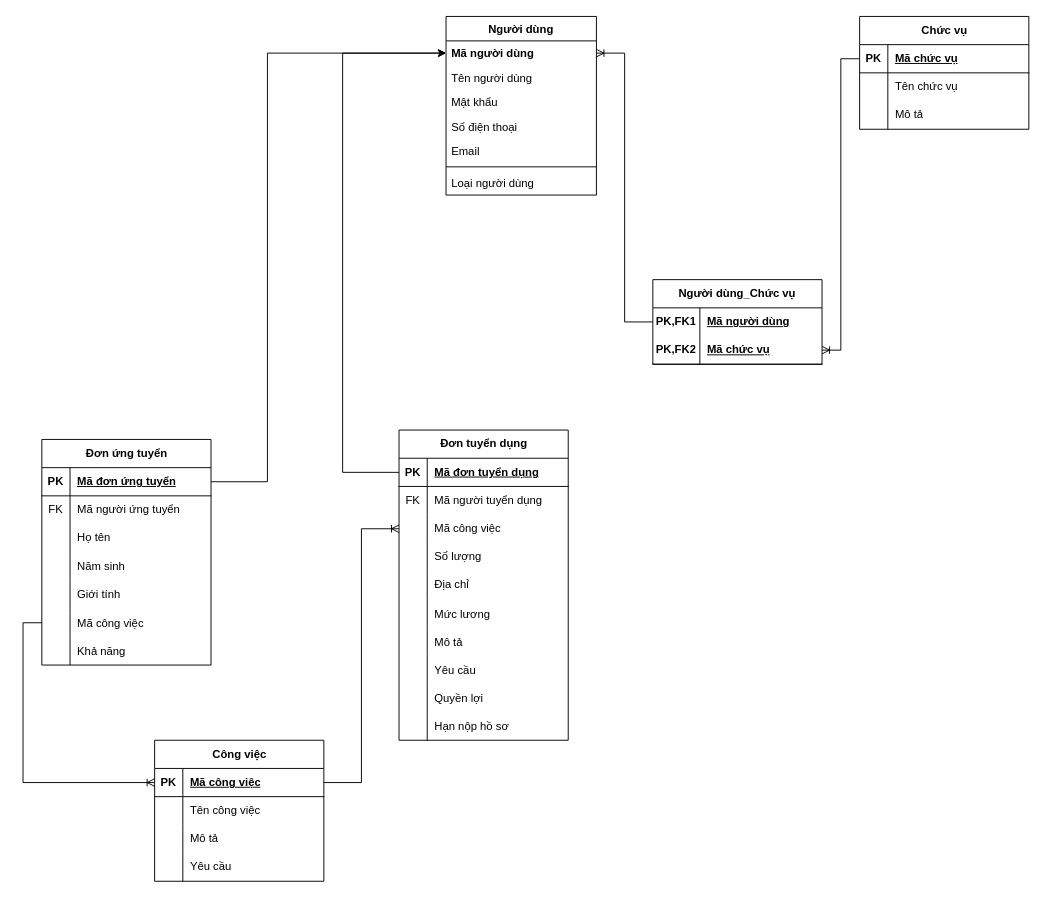
The draw.io diagram ThucThe.drawio in LeeTaDa/LeTatDat, before the edit. Source tidied: cells renumbered, new cells numbered last; positions are measured from the earlier drawing's top-left corner, leaving out a move shared by most shapes. Both pictures are drawn from the tidied source at 94%, with x=0, y=0 at pixel (23, 16).
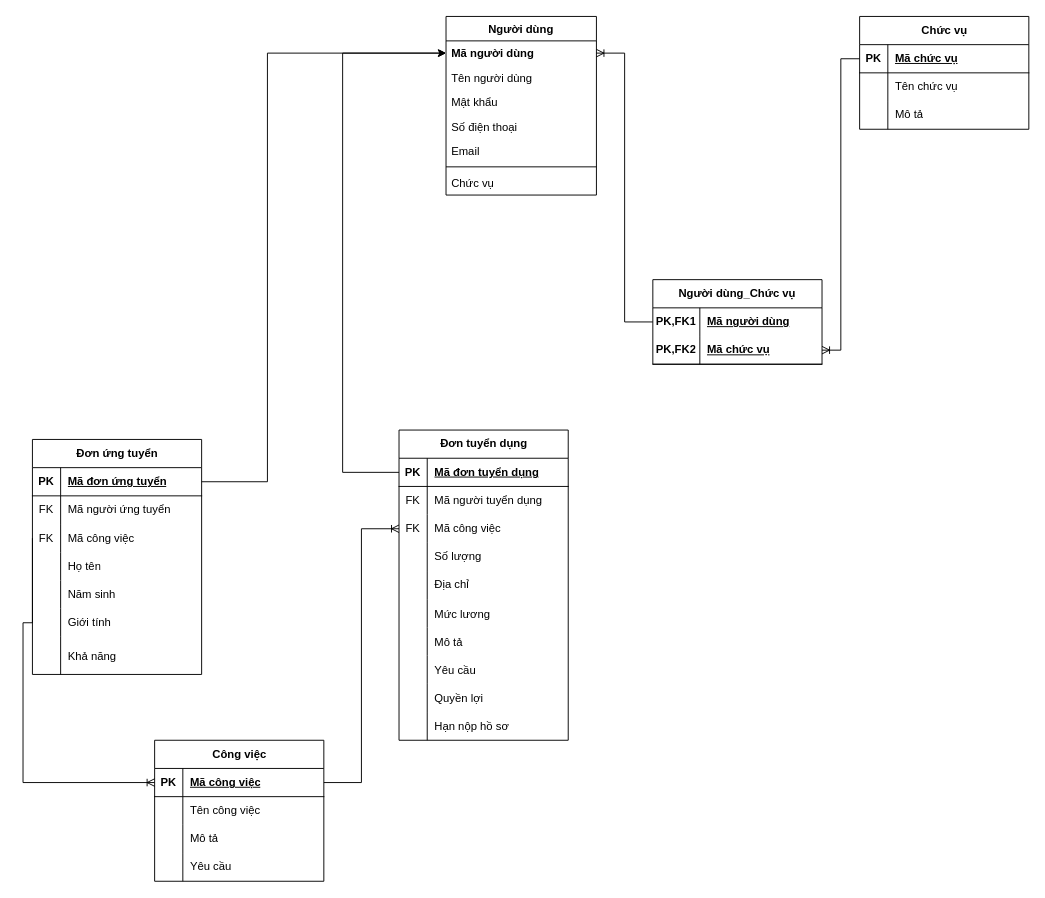
Above is the later version.

Unchanged cells that the change refers to:
```xml
<mxCell id="2" value="Người dùng" style="swimlane;fontStyle=1;align=center;verticalAlign=top;horizontal=1;startSize=26;rounded=0;shadow=0;strokeWidth=1;" parent="1" vertex="1">
  <mxGeometry x="450" width="160" height="190" as="geometry" />
</mxCell>
<mxCell id="30" style="shape=tableRow;horizontal=0;startSize=0;swimlaneHead=0;swimlaneBody=0;fillColor=none;points=[[0,0.5],[1,0.5]];portConstraint=eastwest;top=0;left=0;right=0;bottom=0;" parent="23" vertex="1">
  <mxGeometry y="90" width="180" height="30" as="geometry" />
</mxCell>
```

Change to the diagram source:
```diff
@@
-    <mxCell id="9" value="Loại người dùng" style="text;align=left;verticalAlign=top;spacingLeft=4;spacingRight=4;overflow=hidden;" parent="2" vertex="1">
+    <mxCell id="9" value="Chức vụ" style="text;align=left;verticalAlign=top;spacingLeft=4;spacingRight=4;overflow=hidden;" parent="2" vertex="1">
       <mxGeometry y="164" width="160" height="26" as="geometry" />
     </mxCell>
@@
-    <mxCell id="31" style="shape=partialRectangle;fillColor=none;top=0;left=0;bottom=0;right=0;overflow=hidden;whiteSpace=wrap;html=1;" parent="30" vertex="1">
+    <mxCell id="31" value="FK" style="shape=partialRectangle;fillColor=none;top=0;left=0;bottom=0;right=0;overflow=hidden;whiteSpace=wrap;html=1;" parent="30" vertex="1">
       <mxGeometry width="30" height="30" as="geometry" />
     </mxCell>
@@
     <mxCell id="54" value="Đơn ứng tuyển" style="shape=table;startSize=30;childLayout=tableLayout;rowLines=0;fontStyle=1;align=center;html=1;" parent="1" vertex="1">
-      <mxGeometry x="20" y="450" width="180" height="240" as="geometry" />
+      <mxGeometry x="10" y="450" width="180" height="250" as="geometry" />
     </mxCell>
@@
+    <mxCell id="70" style="shape=tableRow;horizontal=0;startSize=0;swimlaneHead=0;swimlaneBody=0;fillColor=none;points=[[0,0.5],[1,0.5]];portConstraint=eastwest;top=0;left=0;right=0;bottom=0;" parent="54" vertex="1">
+      <mxGeometry y="90" width="180" height="30" as="geometry" />
+    </mxCell>
+    <mxCell id="71" value="FK" style="shape=partialRectangle;fillColor=none;top=0;left=0;bottom=0;right=0;overflow=hidden;" parent="70" vertex="1">
+      <mxGeometry width="30" height="30" as="geometry" />
+    </mxCell>
+    <mxCell id="72" value="Mã công việc" style="shape=partialRectangle;fillColor=none;top=0;left=0;bottom=0;right=0;align=left;spacingLeft=6;overflow=hidden;" parent="70" vertex="1">
+      <mxGeometry x="30" width="150" height="30" as="geometry" />
+    </mxCell>
     <mxCell id="61" style="shape=tableRow;horizontal=0;startSize=0;swimlaneHead=0;swimlaneBody=0;fillColor=none;top=0;left=0;right=0;bottom=0;" parent="54" vertex="1">
-      <mxGeometry y="90" width="180" height="30" as="geometry" />
+      <mxGeometry y="120" width="180" height="30" as="geometry" />
     </mxCell>
@@
     <mxCell id="64" style="shape=tableRow;horizontal=0;startSize=0;swimlaneHead=0;swimlaneBody=0;fillColor=none;top=0;left=0;right=0;bottom=0;" parent="54" vertex="1">
-      <mxGeometry y="120" width="180" height="30" as="geometry" />
+      <mxGeometry y="150" width="180" height="30" as="geometry" />
     </mxCell>
@@
     <mxCell id="67" style="shape=tableRow;horizontal=0;startSize=0;swimlaneHead=0;swimlaneBody=0;fillColor=none;top=0;left=0;right=0;bottom=0;" parent="54" vertex="1">
-      <mxGeometry y="150" width="180" height="30" as="geometry" />
+      <mxGeometry y="180" width="180" height="30" as="geometry" />
     </mxCell>
@@
-    <mxCell id="70" style="shape=tableRow;horizontal=0;startSize=0;swimlaneHead=0;swimlaneBody=0;fillColor=none;points=[[0,0.5],[1,0.5]];portConstraint=eastwest;top=0;left=0;right=0;bottom=0;" parent="54" vertex="1">
-      <mxGeometry y="180" width="180" height="30" as="geometry" />
-    </mxCell>
-    <mxCell id="71" style="shape=partialRectangle;fillColor=none;top=0;left=0;bottom=0;right=0;overflow=hidden;" parent="70" vertex="1">
-      <mxGeometry width="30" height="30" as="geometry" />
-    </mxCell>
-    <mxCell id="72" value="Mã công việc" style="shape=partialRectangle;fillColor=none;top=0;left=0;bottom=0;right=0;align=left;spacingLeft=6;overflow=hidden;" parent="70" vertex="1">
-      <mxGeometry x="30" width="150" height="30" as="geometry" />
-    </mxCell>
     <mxCell id="73" style="shape=tableRow;horizontal=0;startSize=0;swimlaneHead=0;swimlaneBody=0;fillColor=none;top=0;left=0;right=0;bottom=0;" parent="54" vertex="1">
-      <mxGeometry y="210" width="180" height="30" as="geometry" />
+      <mxGeometry y="210" width="180" height="40" as="geometry" />
     </mxCell>
     <mxCell id="74" style="shape=partialRectangle;fillColor=none;top=0;left=0;bottom=0;right=0;overflow=hidden;" parent="73" vertex="1">
-      <mxGeometry width="30" height="30" as="geometry" />
+      <mxGeometry width="30" height="40" as="geometry" />
     </mxCell>
     <mxCell id="75" value="Khả năng" style="shape=partialRectangle;fillColor=none;top=0;left=0;bottom=0;right=0;align=left;spacingLeft=6;overflow=hidden;" parent="73" vertex="1">
-      <mxGeometry x="30" width="150" height="30" as="geometry" />
+      <mxGeometry x="30" width="150" height="40" as="geometry" />
     </mxCell>
```
